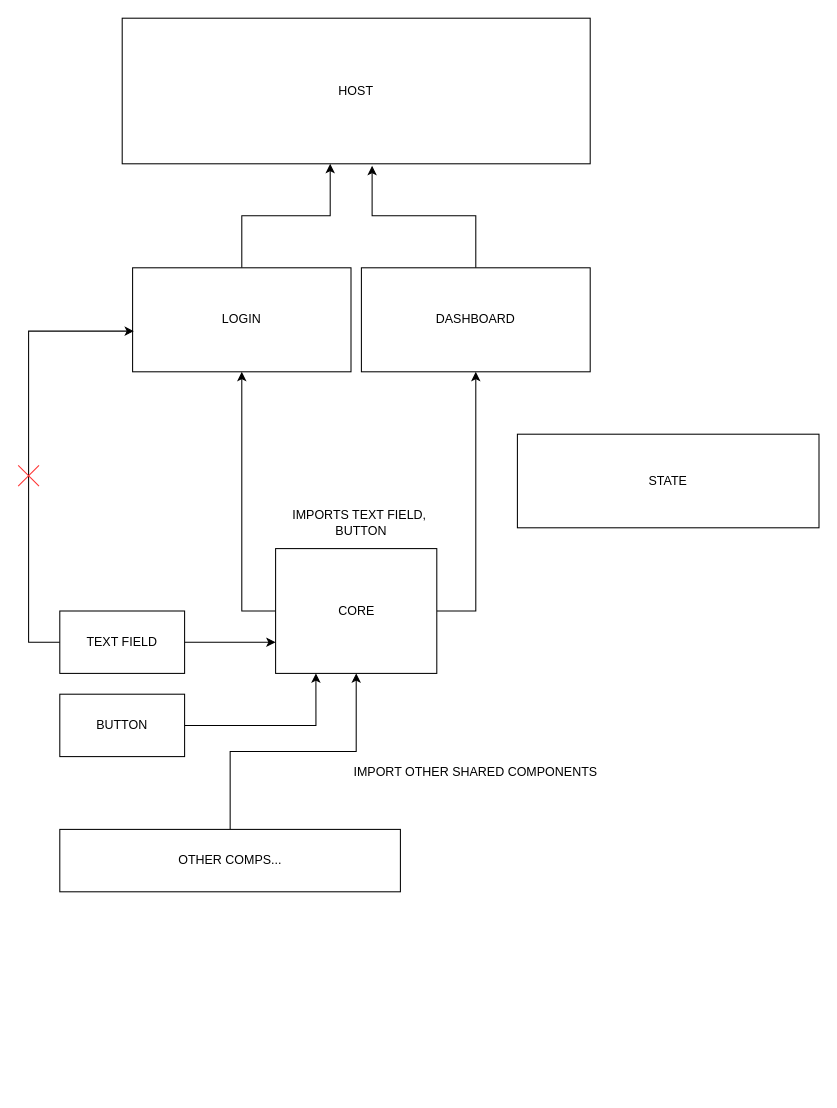
Above: complex-mfe/architecture.dio in Bernz322/microfe-sample (draw.io), before the change. Source tidied: cells renumbered, new cells numbered last; positions are measured from the earlier drawing's top-left corner, leaving out a move shared by most shapes. Both pictures are drawn from the tidied source at 104%, with x=0, y=0 at pixel (18, 18).
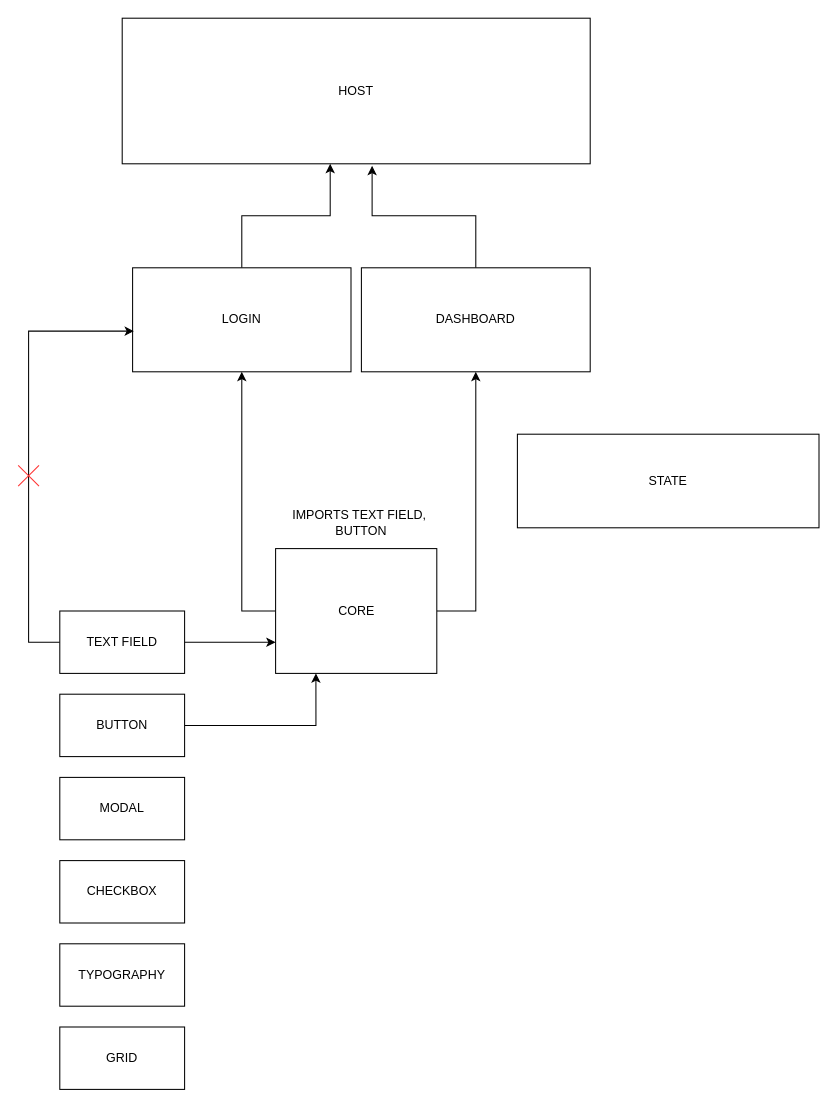
The same page after the edit.

Unchanged cells that the change refers to:
```xml
<mxCell id="9" value="CORE" style="rounded=0;whiteSpace=wrap;html=1;" parent="1" vertex="1">
  <mxGeometry x="247.5" y="510" width="155" height="120" as="geometry" />
</mxCell>
```

Diff of the diagram source:
```diff
@@
-    <mxCell id="15" style="edgeStyle=orthogonalEdgeStyle;html=1;entryX=0.5;entryY=1;entryDx=0;entryDy=0;rounded=0;" parent="1" edge="1" source="16" target="9">
-      <mxGeometry relative="1" as="geometry" />
-    </mxCell>
-    <mxCell id="16" value="OTHER COMPS..." style="rounded=0;whiteSpace=wrap;html=1;" parent="1" vertex="1">
-      <mxGeometry x="40" y="780" width="327.5" height="60" as="geometry" />
-    </mxCell>
@@
-    <mxCell id="18" value="IMPORT OTHER SHARED COMPONENTS" style="text;html=1;strokeColor=none;fillColor=none;align=center;verticalAlign=middle;whiteSpace=wrap;rounded=0;" parent="1" vertex="1">
-      <mxGeometry x="320" y="710" width="240" height="30" as="geometry" />
-    </mxCell>
@@
+    <mxCell id="22" value="MODAL" style="rounded=0;whiteSpace=wrap;html=1;" parent="1" vertex="1">
+      <mxGeometry x="40" y="730" width="120" height="60" as="geometry" />
+    </mxCell>
+    <mxCell id="23" value="CHECKBOX" style="rounded=0;whiteSpace=wrap;html=1;" parent="1" vertex="1">
+      <mxGeometry x="40" y="810" width="120" height="60" as="geometry" />
+    </mxCell>
+    <mxCell id="24" value="TYPOGRAPHY" style="rounded=0;whiteSpace=wrap;html=1;" parent="1" vertex="1">
+      <mxGeometry x="40" y="890" width="120" height="60" as="geometry" />
+    </mxCell>
+    <mxCell id="25" value="GRID" style="rounded=0;whiteSpace=wrap;html=1;" parent="1" vertex="1">
+      <mxGeometry x="40" y="970" width="120" height="60" as="geometry" />
+    </mxCell>
```
